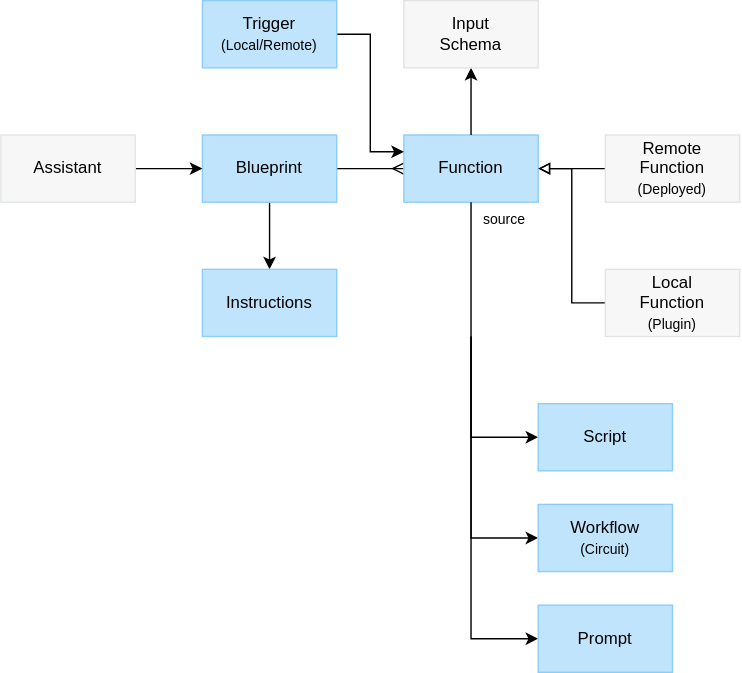
This is packages/core/blueprints/docs/blueprints.drawio.svg from dxos/dxos, a draw.io export, as it was before one commit. Source tidied: cells renumbered, new cells last; positions are measured from the earlier drawing's top-left corner, leaving out a move shared by most shapes.
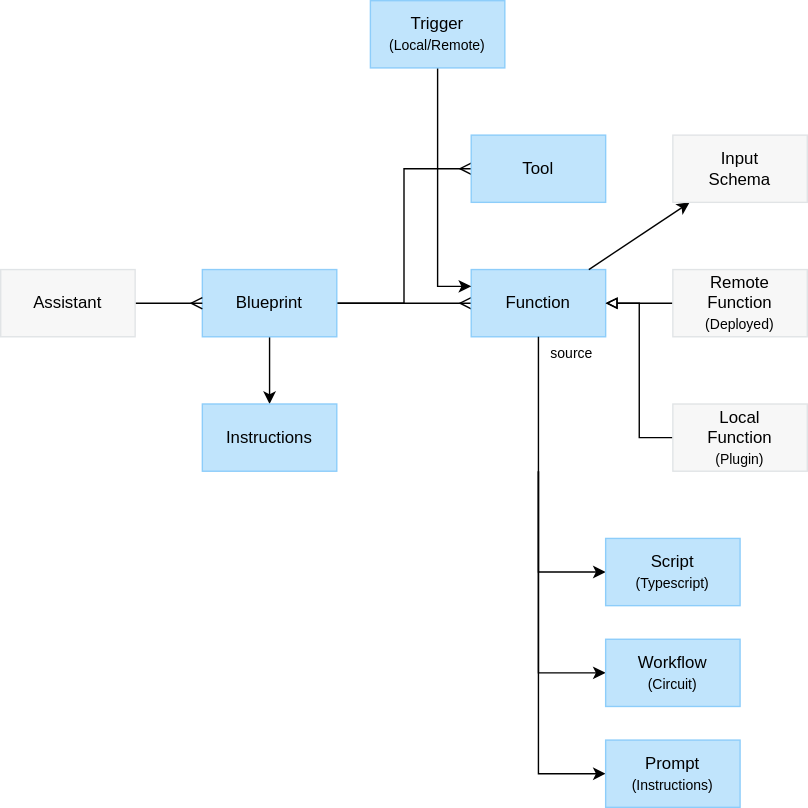
Later version of the same file.

The edit, as a diff of the source:
```diff
@@ -8,8 +8,16 @@
     <mxCell id="3" style="edgeStyle=none;html=1;exitX=0.5;exitY=1;exitDx=0;exitDy=0;" parent="1" edge="1" source="4" target="13">
       <mxGeometry relative="1" as="geometry" />
     </mxCell>
+    <mxCell id="24" style="edgeStyle=none;html=1;exitX=1;exitY=0.5;exitDx=0;exitDy=0;entryX=0;entryY=0.5;entryDx=0;entryDy=0;fontSize=10;endArrow=ERmany;endFill=0;rounded=0;" parent="1" edge="1" source="4" target="25">
+      <mxGeometry relative="1" as="geometry">
+        <Array as="points">
+          <mxPoint x="240" y="120" />
+          <mxPoint x="240" y="24" />
+        </Array>
+      </mxGeometry>
+    </mxCell>
     <mxCell id="4" value="Blueprint" style="rounded=0;whiteSpace=wrap;html=1;fillColor=#C0E4FC;fontColor=#000000;strokeColor=#8DCDFA;" parent="1" vertex="1">
-      <mxGeometry x="144" y="96" width="96" height="48" as="geometry" />
+      <mxGeometry x="96" y="96" width="96" height="48" as="geometry" />
     </mxCell>
     <mxCell id="5" value="&lt;div&gt;&lt;span style=&quot;background-color: transparent;&quot;&gt;Function&lt;/span&gt;&lt;/div&gt;" style="rounded=0;whiteSpace=wrap;html=1;fillColor=#C0E4FC;fontColor=#000000;strokeColor=#8DCDFA;" parent="1" vertex="1">
       <mxGeometry x="288" y="96" width="96" height="48" as="geometry" />
@@ -49,15 +57,15 @@
       </mxGeometry>
     </mxCell>
     <mxCell id="11" value="Trigger&lt;br&gt;&lt;font style=&quot;font-size: 10px;&quot;&gt;(Local/Remote)&lt;/font&gt;" style="rounded=0;whiteSpace=wrap;html=1;fillColor=#C0E4FC;fontColor=#000000;strokeColor=#8DCDFA;" parent="1" vertex="1">
-      <mxGeometry x="144" width="96" height="48" as="geometry" />
+      <mxGeometry x="216" y="-96" width="96" height="48" as="geometry" />
     </mxCell>
     <mxCell id="12" value="Input&lt;div&gt;Schema&lt;/div&gt;" style="rounded=0;whiteSpace=wrap;html=1;fillColor=#F7F7F7;fontColor=#000000;strokeColor=#E1E4E6;" parent="1" vertex="1">
-      <mxGeometry x="288" width="96" height="48" as="geometry" />
+      <mxGeometry x="432" width="96" height="48" as="geometry" />
     </mxCell>
     <mxCell id="13" value="Instructions" style="rounded=0;whiteSpace=wrap;html=1;fillColor=#C0E4FC;fontColor=#000000;strokeColor=#8DCDFA;" parent="1" vertex="1">
-      <mxGeometry x="144" y="192" width="96" height="48" as="geometry" />
+      <mxGeometry x="96" y="192" width="96" height="48" as="geometry" />
     </mxCell>
-    <mxCell id="14" value="Script" style="rounded=0;whiteSpace=wrap;html=1;fillColor=#C0E4FC;fontColor=#000000;strokeColor=#8DCDFA;" parent="1" vertex="1">
+    <mxCell id="14" value="Script&lt;br&gt;&lt;font style=&quot;font-size: 10px;&quot;&gt;(Typescript)&lt;/font&gt;" style="rounded=0;whiteSpace=wrap;html=1;fillColor=#C0E4FC;fontColor=#000000;strokeColor=#8DCDFA;" parent="1" vertex="1">
       <mxGeometry x="384" y="288" width="96" height="48" as="geometry" />
     </mxCell>
     <mxCell id="15" style="edgeStyle=none;html=1;exitX=0;exitY=0.5;exitDx=0;exitDy=0;entryX=1;entryY=0.5;entryDx=0;entryDy=0;rounded=0;curved=0;endArrow=block;endFill=0;" parent="1" edge="1" source="16" target="5">
@@ -84,17 +92,20 @@
     <mxCell id="19" value="Workflow&lt;div&gt;&lt;font style=&quot;font-size: 10px;&quot;&gt;(Circuit)&lt;/font&gt;&lt;/div&gt;" style="rounded=0;whiteSpace=wrap;html=1;fillColor=#C0E4FC;fontColor=#000000;strokeColor=#8DCDFA;" parent="1" vertex="1">
       <mxGeometry x="384" y="360" width="96" height="48" as="geometry" />
     </mxCell>
-    <mxCell id="20" style="edgeStyle=none;html=1;exitX=1;exitY=0.5;exitDx=0;exitDy=0;" parent="1" edge="1" source="21" target="4">
+    <mxCell id="20" style="edgeStyle=none;html=1;exitX=1;exitY=0.5;exitDx=0;exitDy=0;endArrow=ERmany;endFill=0;" parent="1" edge="1" source="21" target="4">
       <mxGeometry relative="1" as="geometry" />
     </mxCell>
     <mxCell id="21" value="Assistant" style="rounded=0;whiteSpace=wrap;html=1;fillColor=#F7F7F7;fontColor=#000000;strokeColor=#E1E4E6;" parent="1" vertex="1">
-      <mxGeometry y="96" width="96" height="48" as="geometry" />
+      <mxGeometry x="-48" y="96" width="96" height="48" as="geometry" />
     </mxCell>
-    <mxCell id="22" value="Prompt" style="rounded=0;whiteSpace=wrap;html=1;fillColor=#C0E4FC;fontColor=#000000;strokeColor=#8DCDFA;" parent="1" vertex="1">
+    <mxCell id="22" value="Prompt&lt;br&gt;&lt;font style=&quot;font-size: 10px;&quot;&gt;(Instructions)&lt;/font&gt;" style="rounded=0;whiteSpace=wrap;html=1;fillColor=#C0E4FC;fontColor=#000000;strokeColor=#8DCDFA;" parent="1" vertex="1">
       <mxGeometry x="384" y="432" width="96" height="48" as="geometry" />
     </mxCell>
     <mxCell id="23" value="source" style="rounded=0;whiteSpace=wrap;html=1;fillColor=none;fontColor=#000000;strokeColor=none;fontSize=10;" parent="1" vertex="1">
       <mxGeometry x="336" y="144" width="48" height="24" as="geometry" />
     </mxCell>
+    <mxCell id="25" value="Tool" style="rounded=0;whiteSpace=wrap;html=1;fillColor=#C0E4FC;fontColor=#000000;strokeColor=#8DCDFA;" parent="1" vertex="1">
+      <mxGeometry x="288" width="96" height="48" as="geometry" />
+    </mxCell>
   </root>
 </mxGraphModel>
```
